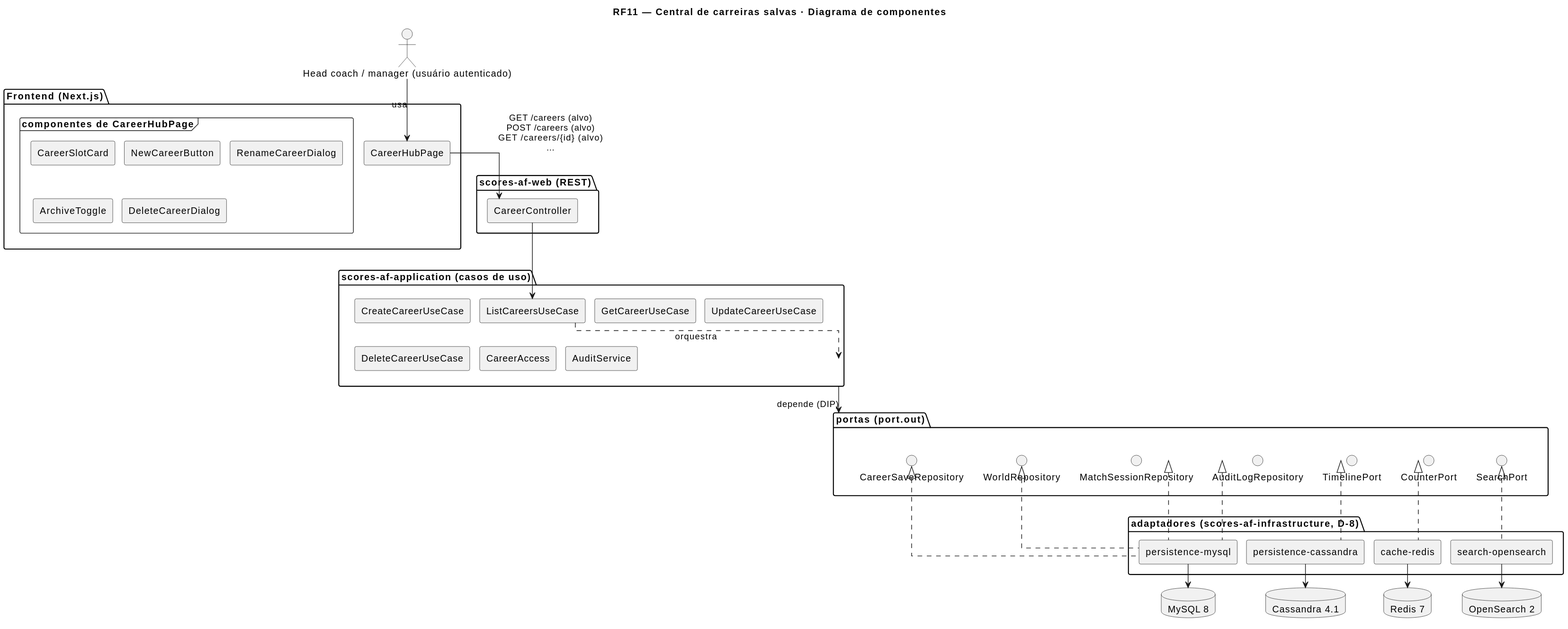
This is docs/RF11/RF11-cmp.svg from MatheusHaliski/Scores-American-Football, a PlantUML export, as it was before one commit. The source it was exported from:
```plantuml
@startuml
title RF11 — Central de carreiras salvas · Diagrama de componentes
skinparam componentStyle rectangle
skinparam linetype ortho
skinparam nodesep 14
skinparam ranksep 36
actor "Head coach / manager (usuário autenticado)" as c1
package "Frontend (Next.js)" as pkg_fe {
  component "CareerHubPage" as c2
  frame "componentes de CareerHubPage" as pkg_fe_sub {
    component "CareerSlotCard" as c3
    component "NewCareerButton" as c4
    component "RenameCareerDialog" as c5
    component "ArchiveToggle" as c6
    component "DeleteCareerDialog" as c7
  }
}
package "scores-af-web (REST)" as pkg_web {
  component "CareerController" as c8
}
package "scores-af-application (casos de uso)" as pkg_app {
  component "ListCareersUseCase" as c9
  component "CreateCareerUseCase" as c10
  component "GetCareerUseCase" as c11
  component "UpdateCareerUseCase" as c12
  component "DeleteCareerUseCase" as c13
  component "CareerAccess" as c14
  component "AuditService" as c15
}
package "portas (port.out)" as pkg_ports {
  interface "CareerSaveRepository" as c16
  interface "WorldRepository" as c17
  interface "MatchSessionRepository" as c18
  interface "AuditLogRepository" as c19
  interface "TimelinePort" as c20
  interface "CounterPort" as c21
  interface "SearchPort" as c22
}
package "adaptadores (scores-af-infrastructure, D-8)" as pkg_ad {
  component "persistence-mysql" as c23
  component "persistence-cassandra" as c24
  component "cache-redis" as c25
  component "search-opensearch" as c26
}
database "MySQL 8" as s1
database "Redis 7" as s2
database "Cassandra 4.1" as s3
database "OpenSearch 2" as s4
c1 --> c2 : usa
c2 --> c8 : GET /careers (alvo)\nPOST /careers (alvo)\nGET /careers/{id} (alvo)\n…
c8 --> c9
c9 ..> pkg_app : orquestra
pkg_app --> pkg_ports : depende (DIP)
c23 .up.|> c16
c23 .up.|> c17
c23 .up.|> c18
c23 .up.|> c19
c24 .up.|> c20
c25 .up.|> c21
c26 .up.|> c22
c23 --> s1
c24 --> s3
c25 --> s2
c26 --> s4
@enduml
```
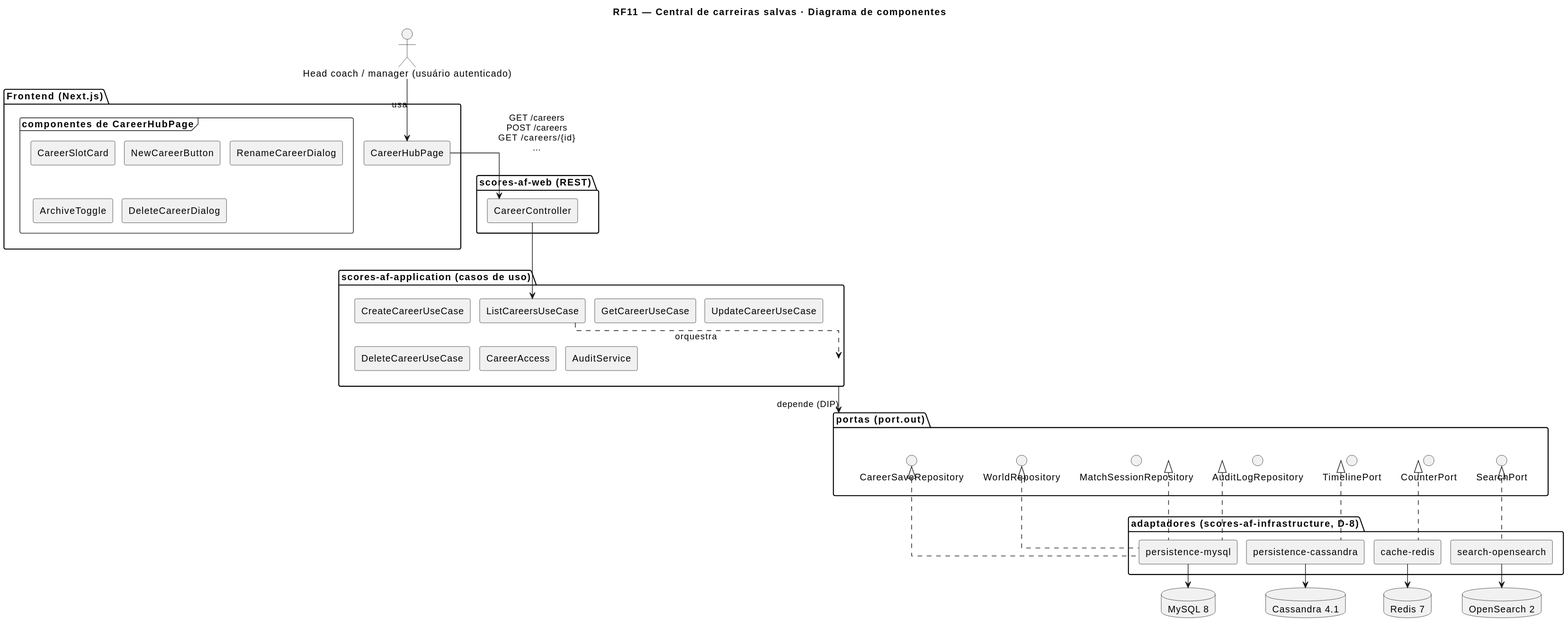
The same file after the commit.

What changed in the source:
```diff
@@ -47,7 +47,7 @@
 database "Cassandra 4.1" as s3
 database "OpenSearch 2" as s4
 c1 --> c2 : usa
-c2 --> c8 : GET /careers (alvo)\nPOST /careers (alvo)\nGET /careers/{id} (alvo)\n…
+c2 --> c8 : GET /careers\nPOST /careers\nGET /careers/{id}\n…
 c8 --> c9
 c9 ..> pkg_app : orquestra
 pkg_app --> pkg_ports : depende (DIP)
```
